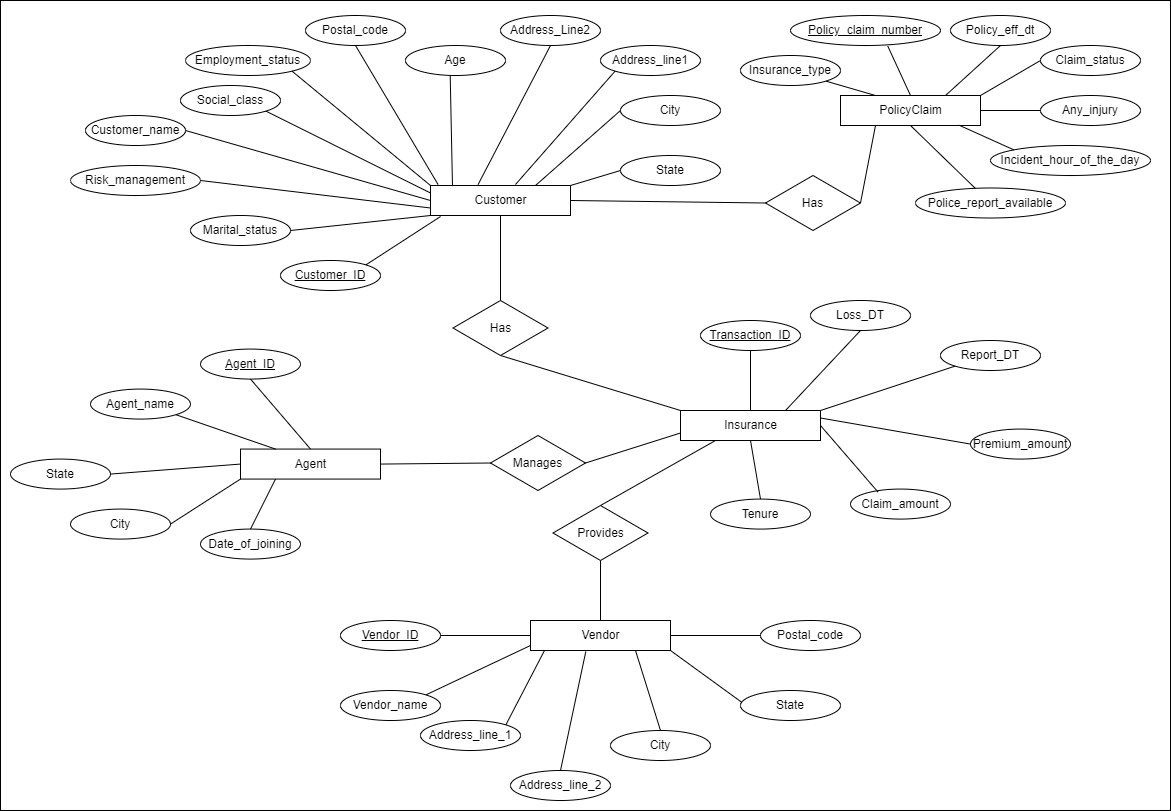
Earlier version of the draw.io export Documents/DWBI_ER_Diagram.png (aseljayasooriya/InsuranceClaimsFraudSSIS). Source tidied: cells renumbered, new cells last; positions are measured from the earlier drawing's top-left corner, leaving out a move shared by most shapes.
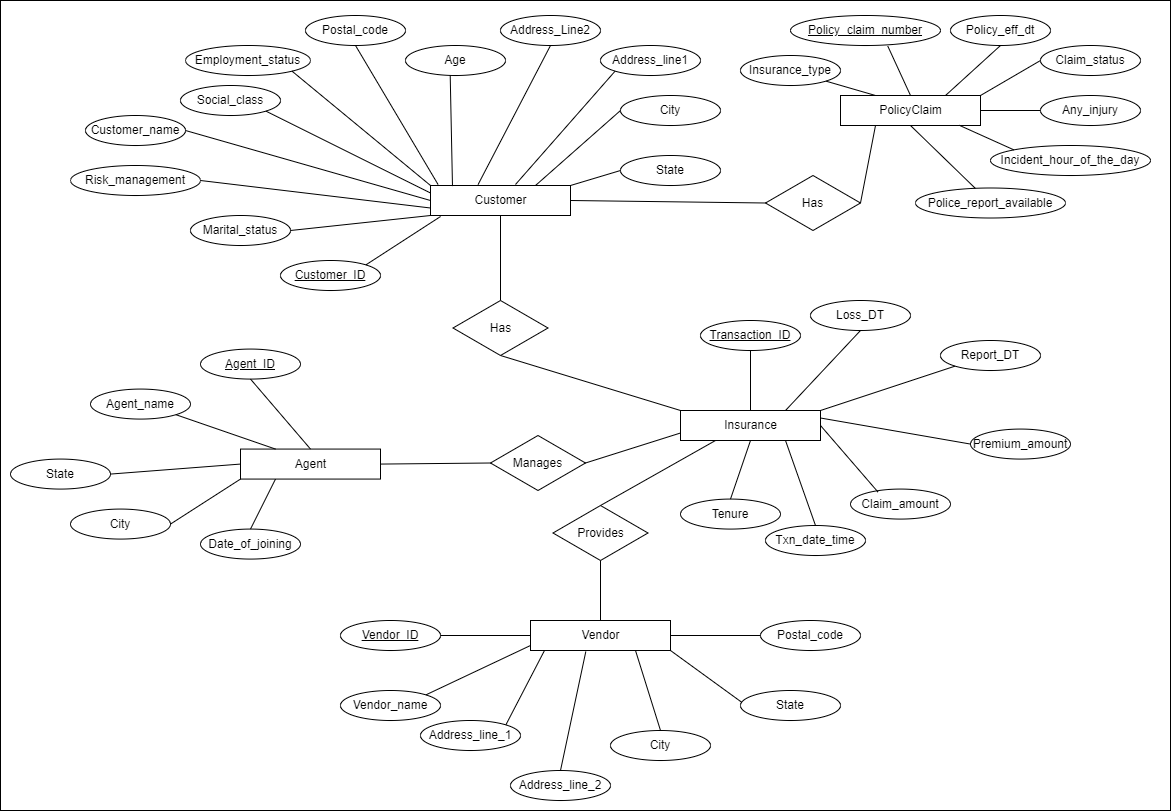
Above is the later version.

Commit message:
Report document added, ER edited

The edit, as a diff of the source:
```diff
@@ -185,7 +185,7 @@
       <mxGeometry relative="1" as="geometry" />
     </mxCell>
     <mxCell id="61" value="Tenure" style="ellipse;whiteSpace=wrap;html=1;" parent="1" vertex="1">
-      <mxGeometry x="710" y="498.6" width="100" height="30" as="geometry" />
+      <mxGeometry x="680" y="498.6" width="100" height="30" as="geometry" />
     </mxCell>
     <mxCell id="62" value="Premium_amount" style="ellipse;whiteSpace=wrap;html=1;" parent="1" vertex="1">
       <mxGeometry x="970" y="428.6" width="100" height="30" as="geometry" />
@@ -289,5 +289,11 @@
     <mxCell id="95" style="endArrow=none;html=1;rounded=0;entryX=1;entryY=1;entryDx=0;entryDy=0;exitX=0.25;exitY=0;exitDx=0;exitDy=0;" parent="1" edge="1" source="7" target="9">
       <mxGeometry relative="1" as="geometry" />
     </mxCell>
+    <mxCell id="96" value="Txn_date_time" style="ellipse;whiteSpace=wrap;html=1;" parent="1" vertex="1">
+      <mxGeometry x="765" y="525" width="100" height="30" as="geometry" />
+    </mxCell>
+    <mxCell id="97" style="endArrow=none;html=1;rounded=0;entryX=0.5;entryY=0;entryDx=0;entryDy=0;exitX=0.75;exitY=1;exitDx=0;exitDy=0;" parent="1" edge="1" source="5" target="96">
+      <mxGeometry relative="1" as="geometry" />
+    </mxCell>
   </root>
 </mxGraphModel>
```
